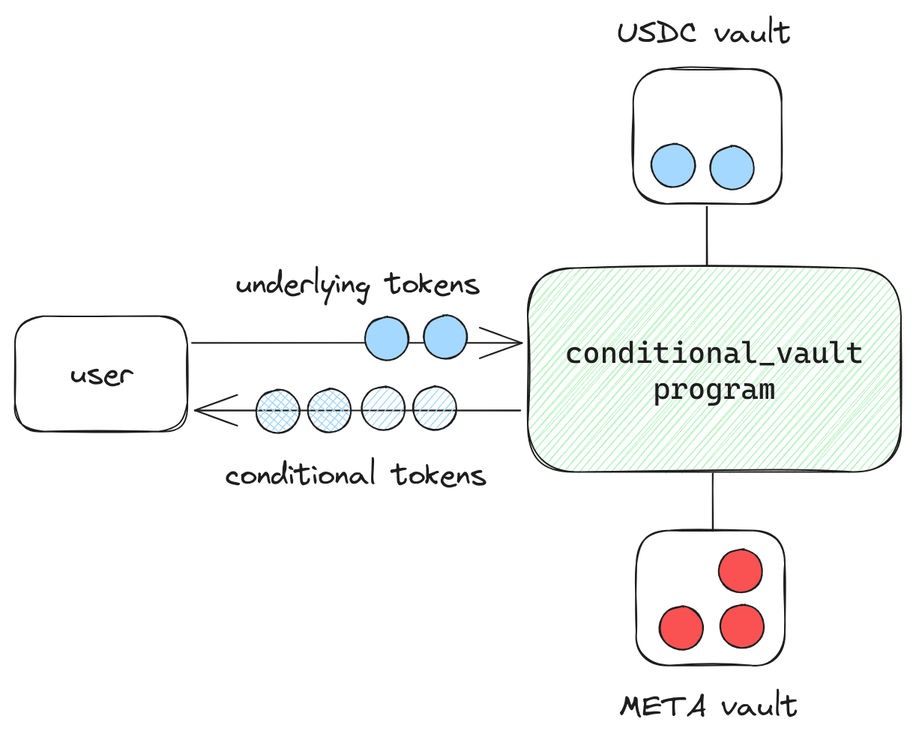
This is img/meta-dao-vaults.png from metaDAOproject/JTD-docs, a Excalidraw export, as it was before one commit. Source tidied: one line per element, renumbered; positions are measured from the earlier drawing's top-left corner, leaving out a move shared by most shapes. The source it was exported from:
```json
{"id": 0, "type": "rectangle", "strokeColor": "#1e1e1e", "backgroundColor": "#b2f2bb", "fillStyle": "hachure", "strokeWidth": 1, "roughness": 1, "round": true, "x": 342, "y": 169, "width": 249, "height": 136}
{"id": 1, "type": "text", "text": "conditional_vault\nprogram", "strokeColor": "#1e1e1e", "strokeWidth": 1, "roughness": 1, "fontSize": 20, "fontFamily": 3, "textAlign": "center", "verticalAlign": "middle", "inside": 0, "x": 367, "y": 213, "width": 199, "height": 48}
{"id": 2, "type": "rectangle", "strokeColor": "#1e1e1e", "strokeWidth": 1, "roughness": 1, "round": true, "x": 0, "y": 201, "width": 115, "height": 77}
{"id": 3, "type": "text", "text": "user", "strokeColor": "#1e1e1e", "strokeWidth": 1, "roughness": 1, "fontSize": 20, "fontFamily": 1, "textAlign": "center", "verticalAlign": "middle", "inside": 2, "x": 37, "y": 227, "width": 42, "height": 25}
{"id": 4, "type": "arrow", "strokeColor": "#1e1e1e", "strokeWidth": 1, "roughness": 1, "endArrowhead": "arrow", "round": true, "from": 2, "to": 0, "x": 118, "y": 219, "width": 220, "height": 0, "points": [[0, 0], [220, 0]]}
{"id": 5, "type": "arrow", "strokeColor": "#1e1e1e", "strokeWidth": 1, "roughness": 1, "endArrowhead": "arrow", "round": true, "from": 0, "to": 2, "x": 337, "y": 264, "width": 217, "height": 0, "points": [[0, 0], [-217, 0]]}
{"id": 6, "type": "text", "text": "underlying tokens", "strokeColor": "#1e1e1e", "strokeWidth": 1, "roughness": 1, "fontSize": 20, "fontFamily": 1, "x": 147, "y": 167, "width": 163, "height": 25}
{"id": 7, "type": "text", "text": "conditional tokens", "strokeColor": "#1e1e1e", "strokeWidth": 1, "roughness": 1, "fontSize": 20, "fontFamily": 1, "x": 140, "y": 294, "width": 174, "height": 25}
{"id": 8, "type": "ellipse", "strokeColor": "#1e1e1e", "backgroundColor": "#a5d8ff", "fillStyle": "solid", "strokeWidth": 1, "roughness": 1, "round": true, "x": 234, "y": 201, "width": 29, "height": 29}
{"id": 9, "type": "ellipse", "strokeColor": "#1e1e1e", "backgroundColor": "#a5d8ff", "fillStyle": "solid", "strokeWidth": 1, "roughness": 1, "round": true, "x": 272, "y": 200, "width": 29, "height": 29}
{"id": 10, "type": "ellipse", "strokeColor": "#1e1e1e", "backgroundColor": "#a5d8ff", "fillStyle": "hachure", "strokeWidth": 1, "roughness": 1, "round": true, "x": 231, "y": 248, "width": 29, "height": 29}
{"id": 11, "type": "ellipse", "strokeColor": "#1e1e1e", "backgroundColor": "#a5d8ff", "fillStyle": "cross-hatch", "strokeWidth": 1, "roughness": 1, "round": true, "x": 161, "y": 250, "width": 29, "height": 29}
{"id": 12, "type": "ellipse", "strokeColor": "#1e1e1e", "backgroundColor": "#a5d8ff", "fillStyle": "cross-hatch", "strokeWidth": 1, "roughness": 1, "round": true, "x": 195, "y": 249, "width": 29, "height": 29}
{"id": 13, "type": "rectangle", "strokeColor": "#1e1e1e", "strokeWidth": 1, "roughness": 1, "round": true, "x": 414, "y": 344, "width": 99, "height": 90}
{"id": 14, "type": "ellipse", "strokeColor": "#1e1e1e", "backgroundColor": "#fa5252", "fillStyle": "solid", "strokeWidth": 1, "roughness": 1, "round": true, "x": 430, "y": 394, "width": 29, "height": 29}
{"id": 15, "type": "ellipse", "strokeColor": "#1e1e1e", "backgroundColor": "#fa5252", "fillStyle": "solid", "strokeWidth": 1, "roughness": 1, "round": true, "x": 470, "y": 393, "width": 29, "height": 29}
{"id": 16, "type": "ellipse", "strokeColor": "#1e1e1e", "backgroundColor": "#fa5252", "fillStyle": "solid", "strokeWidth": 1, "roughness": 1, "round": true, "x": 470, "y": 356, "width": 29, "height": 29}
{"id": 17, "type": "text", "text": "META vault", "strokeColor": "#1e1e1e", "backgroundColor": "#7950f2", "fillStyle": "cross-hatch", "strokeWidth": 1, "roughness": 1, "fontSize": 20, "fontFamily": 1, "x": 403, "y": 449, "width": 120, "height": 25}
{"id": 18, "type": "rectangle", "strokeColor": "#1e1e1e", "strokeWidth": 1, "roughness": 1, "round": true, "x": 412, "y": 36, "width": 99, "height": 90}
{"id": 19, "type": "ellipse", "strokeColor": "#1e1e1e", "backgroundColor": "#a5d8ff", "fillStyle": "solid", "strokeWidth": 1, "roughness": 1, "round": true, "x": 464, "y": 88, "width": 29, "height": 29}
{"id": 20, "type": "text", "text": "USDC vault", "strokeColor": "#1e1e1e", "backgroundColor": "#7950f2", "fillStyle": "cross-hatch", "strokeWidth": 1, "roughness": 1, "fontSize": 20, "fontFamily": 1, "x": 401, "y": 0, "width": 117, "height": 25}
{"id": 21, "type": "ellipse", "strokeColor": "#1e1e1e", "backgroundColor": "#a5d8ff", "fillStyle": "solid", "strokeWidth": 1, "roughness": 1, "round": true, "x": 424, "y": 86, "width": 29, "height": 29}
{"id": 22, "type": "line", "strokeColor": "#1e1e1e", "strokeWidth": 1, "roughness": 1, "round": true, "x": 462, "y": 128, "width": 0, "height": 39, "points": [[0, 0], [0, 39]]}
{"id": 23, "type": "ellipse", "strokeColor": "#1e1e1e", "backgroundColor": "#a5d8ff", "fillStyle": "hachure", "strokeWidth": 1, "roughness": 1, "round": true, "x": 266, "y": 248, "width": 29, "height": 29}
{"id": 24, "type": "line", "strokeColor": "#1e1e1e", "strokeWidth": 1, "roughness": 1, "round": true, "x": 466, "y": 344, "width": 0, "height": 38, "points": [[0, 0], [0, -38]]}
```
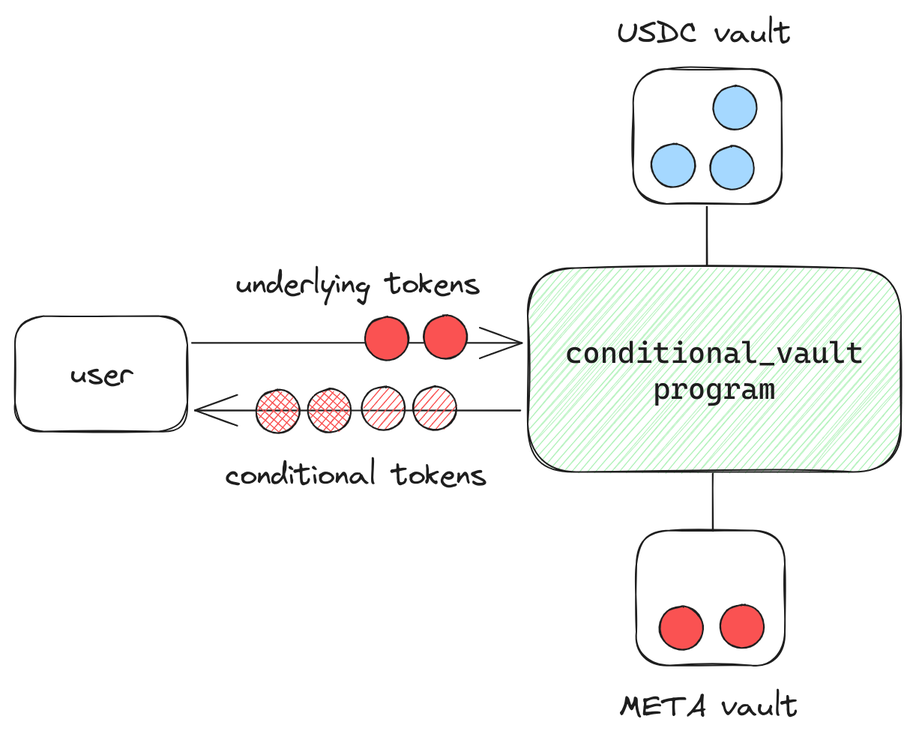
After the commit.

Change to the diagram source:
```diff
@@ -6,20 +6,20 @@
 {"id": 5, "type": "arrow", "strokeColor": "#1e1e1e", "strokeWidth": 1, "roughness": 1, "endArrowhead": "arrow", "round": true, "from": 0, "to": 2, "x": 337, "y": 264, "width": 217, "height": 0, "points": [[0, 0], [-217, 0]]}
 {"id": 6, "type": "text", "text": "underlying tokens", "strokeColor": "#1e1e1e", "strokeWidth": 1, "roughness": 1, "fontSize": 20, "fontFamily": 1, "x": 147, "y": 167, "width": 163, "height": 25}
 {"id": 7, "type": "text", "text": "conditional tokens", "strokeColor": "#1e1e1e", "strokeWidth": 1, "roughness": 1, "fontSize": 20, "fontFamily": 1, "x": 140, "y": 294, "width": 174, "height": 25}
-{"id": 8, "type": "ellipse", "strokeColor": "#1e1e1e", "backgroundColor": "#a5d8ff", "fillStyle": "solid", "strokeWidth": 1, "roughness": 1, "round": true, "x": 234, "y": 201, "width": 29, "height": 29}
+{"id": 8, "type": "ellipse", "strokeColor": "#1e1e1e", "backgroundColor": "#fa5252", "fillStyle": "solid", "strokeWidth": 1, "roughness": 1, "round": true, "x": 234, "y": 201, "width": 29, "height": 29}
-{"id": 9, "type": "ellipse", "strokeColor": "#1e1e1e", "backgroundColor": "#a5d8ff", "fillStyle": "solid", "strokeWidth": 1, "roughness": 1, "round": true, "x": 272, "y": 200, "width": 29, "height": 29}
+{"id": 9, "type": "ellipse", "strokeColor": "#1e1e1e", "backgroundColor": "#fa5252", "fillStyle": "solid", "strokeWidth": 1, "roughness": 1, "round": true, "x": 272, "y": 200, "width": 29, "height": 29}
-{"id": 10, "type": "ellipse", "strokeColor": "#1e1e1e", "backgroundColor": "#a5d8ff", "fillStyle": "hachure", "strokeWidth": 1, "roughness": 1, "round": true, "x": 231, "y": 248, "width": 29, "height": 29}
+{"id": 10, "type": "ellipse", "strokeColor": "#1e1e1e", "backgroundColor": "#fa5252", "fillStyle": "hachure", "strokeWidth": 1, "roughness": 1, "round": true, "x": 231, "y": 248, "width": 29, "height": 29}
-{"id": 11, "type": "ellipse", "strokeColor": "#1e1e1e", "backgroundColor": "#a5d8ff", "fillStyle": "cross-hatch", "strokeWidth": 1, "roughness": 1, "round": true, "x": 161, "y": 250, "width": 29, "height": 29}
+{"id": 11, "type": "ellipse", "strokeColor": "#1e1e1e", "backgroundColor": "#fa5252", "fillStyle": "cross-hatch", "strokeWidth": 1, "roughness": 1, "round": true, "x": 161, "y": 250, "width": 29, "height": 29}
-{"id": 12, "type": "ellipse", "strokeColor": "#1e1e1e", "backgroundColor": "#a5d8ff", "fillStyle": "cross-hatch", "strokeWidth": 1, "roughness": 1, "round": true, "x": 195, "y": 249, "width": 29, "height": 29}
+{"id": 12, "type": "ellipse", "strokeColor": "#1e1e1e", "backgroundColor": "#fa5252", "fillStyle": "cross-hatch", "strokeWidth": 1, "roughness": 1, "round": true, "x": 195, "y": 249, "width": 29, "height": 29}
 {"id": 13, "type": "rectangle", "strokeColor": "#1e1e1e", "strokeWidth": 1, "roughness": 1, "round": true, "x": 414, "y": 344, "width": 99, "height": 90}
 {"id": 14, "type": "ellipse", "strokeColor": "#1e1e1e", "backgroundColor": "#fa5252", "fillStyle": "solid", "strokeWidth": 1, "roughness": 1, "round": true, "x": 430, "y": 394, "width": 29, "height": 29}
 {"id": 15, "type": "ellipse", "strokeColor": "#1e1e1e", "backgroundColor": "#fa5252", "fillStyle": "solid", "strokeWidth": 1, "roughness": 1, "round": true, "x": 470, "y": 393, "width": 29, "height": 29}
-{"id": 16, "type": "ellipse", "strokeColor": "#1e1e1e", "backgroundColor": "#fa5252", "fillStyle": "solid", "strokeWidth": 1, "roughness": 1, "round": true, "x": 470, "y": 356, "width": 29, "height": 29}
 {"id": 17, "type": "text", "text": "META vault", "strokeColor": "#1e1e1e", "backgroundColor": "#7950f2", "fillStyle": "cross-hatch", "strokeWidth": 1, "roughness": 1, "fontSize": 20, "fontFamily": 1, "x": 403, "y": 449, "width": 120, "height": 25}
 {"id": 18, "type": "rectangle", "strokeColor": "#1e1e1e", "strokeWidth": 1, "roughness": 1, "round": true, "x": 412, "y": 36, "width": 99, "height": 90}
 {"id": 19, "type": "ellipse", "strokeColor": "#1e1e1e", "backgroundColor": "#a5d8ff", "fillStyle": "solid", "strokeWidth": 1, "roughness": 1, "round": true, "x": 464, "y": 88, "width": 29, "height": 29}
 {"id": 20, "type": "text", "text": "USDC vault", "strokeColor": "#1e1e1e", "backgroundColor": "#7950f2", "fillStyle": "cross-hatch", "strokeWidth": 1, "roughness": 1, "fontSize": 20, "fontFamily": 1, "x": 401, "y": 0, "width": 117, "height": 25}
 {"id": 21, "type": "ellipse", "strokeColor": "#1e1e1e", "backgroundColor": "#a5d8ff", "fillStyle": "solid", "strokeWidth": 1, "roughness": 1, "round": true, "x": 424, "y": 86, "width": 29, "height": 29}
 {"id": 22, "type": "line", "strokeColor": "#1e1e1e", "strokeWidth": 1, "roughness": 1, "round": true, "x": 462, "y": 128, "width": 0, "height": 39, "points": [[0, 0], [0, 39]]}
-{"id": 23, "type": "ellipse", "strokeColor": "#1e1e1e", "backgroundColor": "#a5d8ff", "fillStyle": "hachure", "strokeWidth": 1, "roughness": 1, "round": true, "x": 266, "y": 248, "width": 29, "height": 29}
+{"id": 23, "type": "ellipse", "strokeColor": "#1e1e1e", "backgroundColor": "#fa5252", "fillStyle": "hachure", "strokeWidth": 1, "roughness": 1, "round": true, "x": 266, "y": 248, "width": 29, "height": 29}
 {"id": 24, "type": "line", "strokeColor": "#1e1e1e", "strokeWidth": 1, "roughness": 1, "round": true, "x": 466, "y": 344, "width": 0, "height": 38, "points": [[0, 0], [0, -38]]}
+{"id": 25, "type": "ellipse", "strokeColor": "#1e1e1e", "backgroundColor": "#a5d8ff", "fillStyle": "solid", "strokeWidth": 1, "roughness": 1, "round": true, "x": 466, "y": 47, "width": 29, "height": 29}
```
